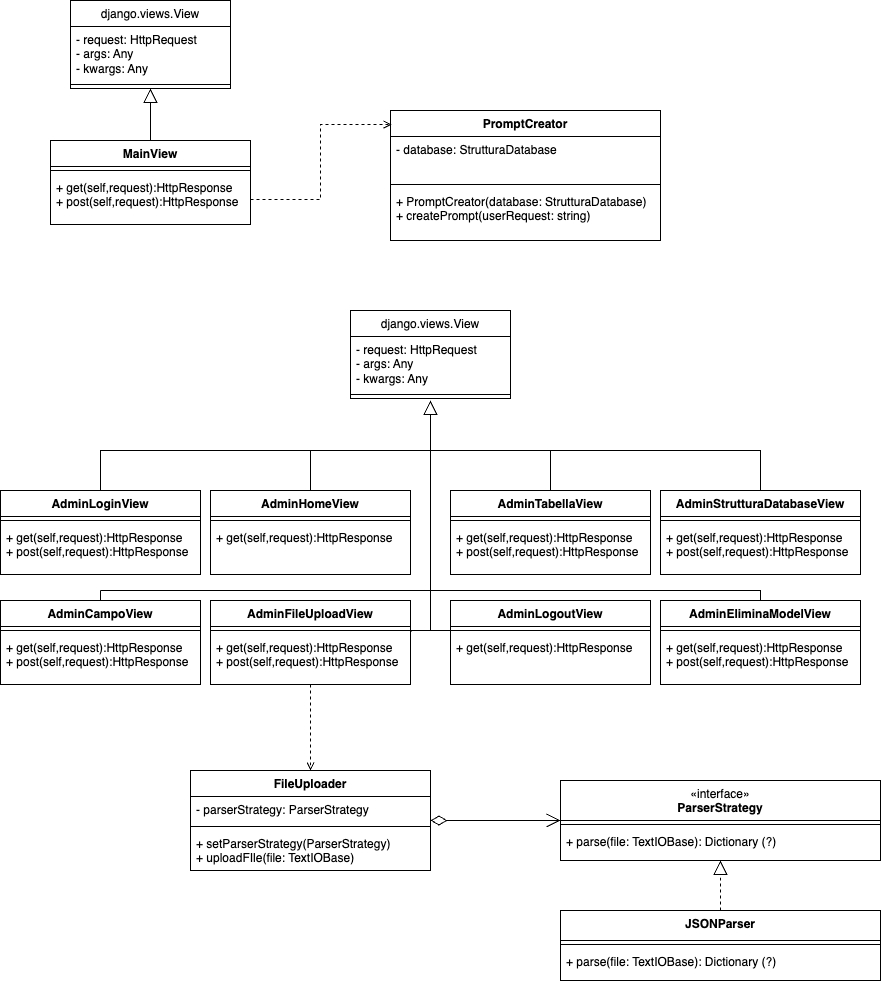
Above: docs/src/assets/UML_classes/views.png in Jackpot-Coding/chatSQL (draw.io), before the change. Source tidied: cells renumbered, new cells last; positions are measured from the earlier drawing's top-left corner, leaving out a move shared by most shapes. Source of this version:
```xml
<mxGraphModel>
  <root>
    <mxCell id="0" />
    <mxCell id="1" parent="0" />
    <mxCell id="2" value="MainView" style="swimlane;fontStyle=1;align=center;verticalAlign=top;horizontal=1;startSize=26;whiteSpace=wrap;html=1;" parent="1" vertex="1">
      <mxGeometry x="50" y="140" width="200" height="84" as="geometry" />
    </mxCell>
    <mxCell id="3" style="line;strokeWidth=1;fillColor=none;align=left;verticalAlign=middle;spacingTop=-1;spacingLeft=3;spacingRight=3;labelPosition=right;strokeColor=inherit;" parent="2" vertex="1">
      <mxGeometry y="26" width="200" height="8" as="geometry" />
    </mxCell>
    <mxCell id="4" value="+ get(self,request):HttpResponse&lt;div&gt;+ post(self,request):HttpResponse&lt;br&gt;&lt;/div&gt;" style="text;strokeColor=none;fillColor=none;align=left;verticalAlign=top;spacingLeft=4;spacingRight=4;overflow=hidden;points=[[0,0.5],[1,0.5]];portConstraint=eastwest;whiteSpace=wrap;html=1;" parent="2" vertex="1">
      <mxGeometry y="34" width="200" height="50" as="geometry" />
    </mxCell>
    <mxCell id="5" value="AdminLoginView" style="swimlane;fontStyle=1;align=center;verticalAlign=top;horizontal=1;startSize=26;whiteSpace=wrap;html=1;" parent="1" vertex="1">
      <mxGeometry y="490" width="200" height="84" as="geometry" />
    </mxCell>
    <mxCell id="6" style="line;strokeWidth=1;fillColor=none;align=left;verticalAlign=middle;spacingTop=-1;spacingLeft=3;spacingRight=3;labelPosition=right;strokeColor=inherit;" parent="5" vertex="1">
      <mxGeometry y="26" width="200" height="8" as="geometry" />
    </mxCell>
    <mxCell id="7" value="+ get(self,request):HttpResponse&lt;div&gt;+ post(self,request):HttpResponse&lt;br&gt;&lt;/div&gt;" style="text;strokeColor=none;fillColor=none;align=left;verticalAlign=top;spacingLeft=4;spacingRight=4;overflow=hidden;whiteSpace=wrap;html=1;" parent="5" vertex="1">
      <mxGeometry y="34" width="200" height="50" as="geometry" />
    </mxCell>
    <mxCell id="8" style="edgeStyle=orthogonalEdgeStyle;rounded=0;jettySize=auto;html=1;exitX=0.5;exitY=0;exitDx=0;exitDy=0;endArrow=none;endFill=0;" parent="1" edge="1" source="9">
      <mxGeometry relative="1" as="geometry">
        <mxPoint x="430" y="450" as="targetPoint" />
        <Array as="points">
          <mxPoint x="310" y="450" />
          <mxPoint x="430" y="450" />
        </Array>
      </mxGeometry>
    </mxCell>
    <mxCell id="9" value="AdminHomeView" style="swimlane;fontStyle=1;align=center;verticalAlign=top;horizontal=1;startSize=26;whiteSpace=wrap;html=1;" parent="1" vertex="1">
      <mxGeometry x="210" y="490" width="200" height="84" as="geometry" />
    </mxCell>
    <mxCell id="10" style="line;strokeWidth=1;fillColor=none;align=left;verticalAlign=middle;spacingTop=-1;spacingLeft=3;spacingRight=3;labelPosition=right;strokeColor=inherit;" parent="9" vertex="1">
      <mxGeometry y="26" width="200" height="8" as="geometry" />
    </mxCell>
    <mxCell id="11" value="+ get(self,request):HttpResponse" style="text;strokeColor=none;fillColor=none;align=left;verticalAlign=top;spacingLeft=4;spacingRight=4;overflow=hidden;whiteSpace=wrap;html=1;" parent="9" vertex="1">
      <mxGeometry y="34" width="200" height="50" as="geometry" />
    </mxCell>
    <mxCell id="12" style="edgeStyle=orthogonalEdgeStyle;rounded=0;jettySize=auto;html=1;exitX=0.5;exitY=0;exitDx=0;exitDy=0;endArrow=none;endFill=0;" parent="1" edge="1" source="13">
      <mxGeometry relative="1" as="geometry">
        <mxPoint x="550" y="450" as="targetPoint" />
        <Array as="points">
          <mxPoint x="760" y="450" />
        </Array>
      </mxGeometry>
    </mxCell>
    <mxCell id="13" value="AdminStrutturaDatabaseView" style="swimlane;fontStyle=1;align=center;verticalAlign=top;horizontal=1;startSize=26;whiteSpace=wrap;html=1;" parent="1" vertex="1">
      <mxGeometry x="660" y="490" width="200" height="84" as="geometry" />
    </mxCell>
    <mxCell id="14" style="line;strokeWidth=1;fillColor=none;align=left;verticalAlign=middle;spacingTop=-1;spacingLeft=3;spacingRight=3;labelPosition=right;strokeColor=inherit;" parent="13" vertex="1">
      <mxGeometry y="26" width="200" height="8" as="geometry" />
    </mxCell>
    <mxCell id="15" value="+ get(self,request):HttpResponse&lt;div&gt;+ post(self,request):HttpResponse&lt;br&gt;&lt;/div&gt;" style="text;strokeColor=none;fillColor=none;align=left;verticalAlign=top;spacingLeft=4;spacingRight=4;overflow=hidden;whiteSpace=wrap;html=1;" parent="13" vertex="1">
      <mxGeometry y="34" width="200" height="50" as="geometry" />
    </mxCell>
    <mxCell id="16" style="edgeStyle=orthogonalEdgeStyle;rounded=0;jettySize=auto;html=1;exitX=0.5;exitY=0;exitDx=0;exitDy=0;endArrow=none;endFill=0;" parent="1" edge="1" source="17">
      <mxGeometry relative="1" as="geometry">
        <mxPoint x="430" y="440" as="targetPoint" />
        <Array as="points">
          <mxPoint x="550" y="450" />
          <mxPoint x="430" y="450" />
        </Array>
      </mxGeometry>
    </mxCell>
    <mxCell id="17" value="AdminTabellaView" style="swimlane;fontStyle=1;align=center;verticalAlign=top;horizontal=1;startSize=26;whiteSpace=wrap;html=1;" parent="1" vertex="1">
      <mxGeometry x="450" y="490" width="200" height="84" as="geometry" />
    </mxCell>
    <mxCell id="18" style="line;strokeWidth=1;fillColor=none;align=left;verticalAlign=middle;spacingTop=-1;spacingLeft=3;spacingRight=3;labelPosition=right;strokeColor=inherit;" parent="17" vertex="1">
      <mxGeometry y="26" width="200" height="8" as="geometry" />
    </mxCell>
    <mxCell id="19" value="+ get(self,request):HttpResponse&lt;div&gt;+ post(self,request):HttpResponse&lt;br&gt;&lt;/div&gt;" style="text;strokeColor=none;fillColor=none;align=left;verticalAlign=top;spacingLeft=4;spacingRight=4;overflow=hidden;whiteSpace=wrap;html=1;" parent="17" vertex="1">
      <mxGeometry y="34" width="200" height="50" as="geometry" />
    </mxCell>
    <mxCell id="20" style="edgeStyle=orthogonalEdgeStyle;rounded=0;jettySize=auto;html=1;exitX=1.005;exitY=-0.06;exitDx=0;exitDy=0;endArrow=none;endFill=0;exitPerimeter=0;" parent="1" edge="1" source="24">
      <mxGeometry relative="1" as="geometry">
        <mxPoint x="430" y="460" as="targetPoint" />
        <Array as="points">
          <mxPoint x="411" y="630" />
          <mxPoint x="430" y="630" />
        </Array>
      </mxGeometry>
    </mxCell>
    <mxCell id="21" style="edgeStyle=orthogonalEdgeStyle;rounded=0;jettySize=auto;html=1;entryX=0.5;entryY=0;entryDx=0;entryDy=0;dashed=1;endArrow=open;endFill=0;" parent="1" edge="1" source="22" target="37">
      <mxGeometry relative="1" as="geometry" />
    </mxCell>
    <mxCell id="22" value="AdminFileUploadView" style="swimlane;fontStyle=1;align=center;verticalAlign=top;horizontal=1;startSize=26;whiteSpace=wrap;html=1;" parent="1" vertex="1">
      <mxGeometry x="210" y="600" width="200" height="84" as="geometry" />
    </mxCell>
    <mxCell id="23" style="line;strokeWidth=1;fillColor=none;align=left;verticalAlign=middle;spacingTop=-1;spacingLeft=3;spacingRight=3;labelPosition=right;strokeColor=inherit;" parent="22" vertex="1">
      <mxGeometry y="26" width="200" height="8" as="geometry" />
    </mxCell>
    <mxCell id="24" value="+ get(self,request):HttpResponse&lt;div&gt;+ post(self,request):HttpResponse&lt;br&gt;&lt;/div&gt;" style="text;strokeColor=none;fillColor=none;align=left;verticalAlign=top;spacingLeft=4;spacingRight=4;overflow=hidden;points=[[0,0.5],[1,0.5]];portConstraint=eastwest;whiteSpace=wrap;html=1;" parent="22" vertex="1">
      <mxGeometry y="34" width="200" height="50" as="geometry" />
    </mxCell>
    <mxCell id="25" value="&lt;span style=&quot;font-weight: 400;&quot;&gt;django.views.View&lt;/span&gt;" style="swimlane;fontStyle=1;align=center;verticalAlign=top;horizontal=1;startSize=26;whiteSpace=wrap;html=1;" parent="1" vertex="1">
      <mxGeometry x="70" width="160" height="88" as="geometry" />
    </mxCell>
    <mxCell id="26" value="- request: HttpRequest&lt;div&gt;- args: Any&lt;/div&gt;&lt;div&gt;- kwargs: Any&lt;/div&gt;&lt;div&gt;&lt;br&gt;&lt;/div&gt;" style="text;strokeColor=none;fillColor=none;align=left;verticalAlign=top;spacingLeft=4;spacingRight=4;overflow=hidden;whiteSpace=wrap;html=1;" parent="25" vertex="1">
      <mxGeometry y="26" width="160" height="54" as="geometry" />
    </mxCell>
    <mxCell id="27" style="line;strokeWidth=1;fillColor=none;align=left;verticalAlign=middle;spacingTop=-1;spacingLeft=3;spacingRight=3;labelPosition=right;strokeColor=inherit;" parent="25" vertex="1">
      <mxGeometry y="80" width="160" height="8" as="geometry" />
    </mxCell>
    <mxCell id="28" value="&lt;span style=&quot;font-weight: 400;&quot;&gt;django.views.View&lt;/span&gt;" style="swimlane;fontStyle=1;align=center;verticalAlign=top;horizontal=1;startSize=26;whiteSpace=wrap;html=1;" parent="1" vertex="1">
      <mxGeometry x="350" y="310" width="160" height="88" as="geometry" />
    </mxCell>
    <mxCell id="29" value="- request: HttpRequest&lt;div&gt;- args: Any&lt;/div&gt;&lt;div&gt;- kwargs: Any&lt;/div&gt;&lt;div&gt;&lt;br&gt;&lt;/div&gt;" style="text;strokeColor=none;fillColor=none;align=left;verticalAlign=top;spacingLeft=4;spacingRight=4;overflow=hidden;whiteSpace=wrap;html=1;" parent="28" vertex="1">
      <mxGeometry y="26" width="160" height="54" as="geometry" />
    </mxCell>
    <mxCell id="30" style="line;strokeWidth=1;fillColor=none;align=left;verticalAlign=middle;spacingTop=-1;spacingLeft=3;spacingRight=3;labelPosition=right;strokeColor=inherit;" parent="28" vertex="1">
      <mxGeometry y="80" width="160" height="8" as="geometry" />
    </mxCell>
    <mxCell id="31" style="edgeStyle=orthogonalEdgeStyle;html=1;endSize=12;endArrow=block;endFill=0;rounded=0;exitX=0.5;exitY=0;exitDx=0;exitDy=0;" parent="1" edge="1" source="5">
      <mxGeometry relative="1" as="geometry">
        <mxPoint x="430" y="400" as="targetPoint" />
        <Array as="points">
          <mxPoint x="100" y="450" />
          <mxPoint x="430" y="450" />
        </Array>
      </mxGeometry>
    </mxCell>
    <mxCell id="32" style="edgeStyle=none;html=1;endSize=12;endArrow=block;endFill=0;rounded=0;exitX=0.5;exitY=0;exitDx=0;exitDy=0;entryX=0.5;entryY=1;entryDx=0;entryDy=0;" parent="1" edge="1" source="2" target="25">
      <mxGeometry relative="1" as="geometry" />
    </mxCell>
    <mxCell id="33" value="PromptCreator" style="swimlane;fontStyle=1;align=center;verticalAlign=top;horizontal=1;startSize=26;whiteSpace=wrap;html=1;" parent="1" vertex="1">
      <mxGeometry x="390" y="110" width="270" height="130" as="geometry" />
    </mxCell>
    <mxCell id="34" value="&lt;div&gt;- database: StrutturaDatabase&lt;/div&gt;" style="text;strokeColor=none;fillColor=none;align=left;verticalAlign=top;spacingLeft=4;spacingRight=4;overflow=hidden;whiteSpace=wrap;html=1;" parent="33" vertex="1">
      <mxGeometry y="26" width="270" height="44" as="geometry" />
    </mxCell>
    <mxCell id="35" style="line;strokeWidth=1;fillColor=none;align=left;verticalAlign=middle;spacingTop=-1;spacingLeft=3;spacingRight=3;labelPosition=right;strokeColor=inherit;" parent="33" vertex="1">
      <mxGeometry y="70" width="270" height="8" as="geometry" />
    </mxCell>
    <mxCell id="36" value="&lt;div&gt;+ PromptCreator(database: StrutturaDatabase)&lt;br&gt;&lt;div&gt;+ createPrompt(userRequest: string)&lt;/div&gt;&lt;/div&gt;" style="text;strokeColor=none;fillColor=none;align=left;verticalAlign=top;spacingLeft=4;spacingRight=4;overflow=hidden;whiteSpace=wrap;html=1;" parent="33" vertex="1">
      <mxGeometry y="78" width="270" height="52" as="geometry" />
    </mxCell>
    <mxCell id="37" value="FileUploader" style="swimlane;fontStyle=1;align=center;verticalAlign=top;horizontal=1;startSize=26;whiteSpace=wrap;html=1;" parent="1" vertex="1">
      <mxGeometry x="190" y="770" width="240" height="100" as="geometry" />
    </mxCell>
    <mxCell id="38" value="- parserStrategy: ParserStrategy&amp;nbsp;" style="text;strokeColor=none;fillColor=none;align=left;verticalAlign=top;spacingLeft=4;spacingRight=4;overflow=hidden;whiteSpace=wrap;html=1;" parent="37" vertex="1">
      <mxGeometry y="26" width="240" height="26" as="geometry" />
    </mxCell>
    <mxCell id="39" style="line;strokeWidth=1;fillColor=none;align=left;verticalAlign=middle;spacingTop=-1;spacingLeft=3;spacingRight=3;labelPosition=right;strokeColor=inherit;" parent="37" vertex="1">
      <mxGeometry y="52" width="240" height="8" as="geometry" />
    </mxCell>
    <mxCell id="40" value="+ setParserStrategy(ParserStrategy)&lt;div&gt;+ uploadFIle(file: TextIOBase)&lt;/div&gt;" style="text;strokeColor=none;fillColor=none;align=left;verticalAlign=top;spacingLeft=4;spacingRight=4;overflow=hidden;whiteSpace=wrap;html=1;" parent="37" vertex="1">
      <mxGeometry y="60" width="240" height="40" as="geometry" />
    </mxCell>
    <mxCell id="41" value="&lt;span style=&quot;font-weight: 400;&quot;&gt;«interface»&lt;/span&gt;&lt;br style=&quot;font-weight: 400;&quot;&gt;&lt;b&gt;ParserStrategy&lt;/b&gt;" style="swimlane;fontStyle=1;align=center;verticalAlign=top;horizontal=1;startSize=40;whiteSpace=wrap;html=1;" parent="1" vertex="1">
      <mxGeometry x="560" y="780" width="320" height="80" as="geometry" />
    </mxCell>
    <mxCell id="42" style="line;strokeWidth=1;fillColor=none;align=left;verticalAlign=middle;spacingTop=-1;spacingLeft=3;spacingRight=3;labelPosition=right;strokeColor=inherit;" parent="41" vertex="1">
      <mxGeometry y="40" width="320" height="8" as="geometry" />
    </mxCell>
    <mxCell id="43" value="+ parse(file: TextIOBase): Dictionary (?)" style="text;strokeColor=none;fillColor=none;align=left;verticalAlign=top;spacingLeft=4;spacingRight=4;overflow=hidden;whiteSpace=wrap;html=1;" parent="41" vertex="1">
      <mxGeometry y="48" width="320" height="32" as="geometry" />
    </mxCell>
    <mxCell id="44" value="&lt;b&gt;JSONParser&lt;/b&gt;" style="swimlane;fontStyle=1;align=center;verticalAlign=top;horizontal=1;startSize=30;whiteSpace=wrap;html=1;" parent="1" vertex="1">
      <mxGeometry x="560" y="910" width="320" height="70" as="geometry" />
    </mxCell>
    <mxCell id="45" style="line;strokeWidth=1;fillColor=none;align=left;verticalAlign=middle;spacingTop=-1;spacingLeft=3;spacingRight=3;labelPosition=right;strokeColor=inherit;" parent="44" vertex="1">
      <mxGeometry y="30" width="320" height="8" as="geometry" />
    </mxCell>
    <mxCell id="46" value="+ parse(file: TextIOBase): Dictionary (?)" style="text;strokeColor=none;fillColor=none;align=left;verticalAlign=top;spacingLeft=4;spacingRight=4;overflow=hidden;whiteSpace=wrap;html=1;" parent="44" vertex="1">
      <mxGeometry y="38" width="320" height="32" as="geometry" />
    </mxCell>
    <mxCell id="47" style="edgeStyle=none;html=1;endSize=12;endArrow=block;endFill=0;rounded=0;exitX=0.5;exitY=0;exitDx=0;exitDy=0;dashed=1;entryX=0.5;entryY=1;entryDx=0;entryDy=0;" parent="1" edge="1" source="44" target="41">
      <mxGeometry relative="1" as="geometry" />
    </mxCell>
    <mxCell id="48" style="endArrow=open;html=1;endSize=12;startArrow=diamondThin;startSize=14;startFill=0;edgeStyle=orthogonalEdgeStyle;align=left;verticalAlign=bottom;rounded=0;comic=0;entryX=0;entryY=0.5;entryDx=0;entryDy=0;exitX=1;exitY=0.5;exitDx=0;exitDy=0;" parent="1" edge="1" source="37" target="41">
      <mxGeometry x="-1" y="3" relative="1" as="geometry">
        <Array as="points">
          <mxPoint x="560" y="820" />
        </Array>
      </mxGeometry>
    </mxCell>
    <mxCell id="49" style="edgeStyle=orthogonalEdgeStyle;rounded=0;jettySize=auto;html=1;endArrow=none;endFill=0;exitX=0;exitY=0.5;exitDx=0;exitDy=0;exitPerimeter=0;" parent="1" edge="1" source="51">
      <mxGeometry relative="1" as="geometry">
        <mxPoint x="430" y="440" as="targetPoint" />
      </mxGeometry>
    </mxCell>
    <mxCell id="50" value="AdminLogoutView" style="swimlane;fontStyle=1;align=center;verticalAlign=top;horizontal=1;startSize=26;whiteSpace=wrap;html=1;" parent="1" vertex="1">
      <mxGeometry x="450" y="600" width="200" height="84" as="geometry" />
    </mxCell>
    <mxCell id="51" style="line;strokeWidth=1;fillColor=none;align=left;verticalAlign=middle;spacingTop=-1;spacingLeft=3;spacingRight=3;labelPosition=right;points=[];portConstraint=eastwest;strokeColor=inherit;" parent="50" vertex="1">
      <mxGeometry y="26" width="200" height="8" as="geometry" />
    </mxCell>
    <mxCell id="52" value="+ get(self,request):HttpResponse&lt;div&gt;&lt;br&gt;&lt;/div&gt;" style="text;strokeColor=none;fillColor=none;align=left;verticalAlign=top;spacingLeft=4;spacingRight=4;overflow=hidden;whiteSpace=wrap;html=1;" parent="50" vertex="1">
      <mxGeometry y="34" width="200" height="50" as="geometry" />
    </mxCell>
    <mxCell id="53" value="AdminEliminaModelView" style="swimlane;fontStyle=1;align=center;verticalAlign=top;horizontal=1;startSize=26;whiteSpace=wrap;html=1;" parent="1" vertex="1">
      <mxGeometry x="660" y="600" width="200" height="84" as="geometry" />
    </mxCell>
    <mxCell id="54" style="line;strokeWidth=1;fillColor=none;align=left;verticalAlign=middle;spacingTop=-1;spacingLeft=3;spacingRight=3;labelPosition=right;strokeColor=inherit;" parent="53" vertex="1">
      <mxGeometry y="26" width="200" height="8" as="geometry" />
    </mxCell>
    <mxCell id="55" style="edgeStyle=orthogonalEdgeStyle;rounded=0;jettySize=auto;html=1;exitX=0.5;exitY=0;exitDx=0;exitDy=0;endArrow=none;endFill=0;" parent="53" edge="1" source="53">
      <mxGeometry relative="1" as="geometry">
        <mxPoint x="-230" y="-150" as="targetPoint" />
        <Array as="points">
          <mxPoint x="100" y="-10" />
          <mxPoint x="-230" y="-10" />
        </Array>
      </mxGeometry>
    </mxCell>
    <mxCell id="56" value="+ get(self,request):HttpResponse&lt;div&gt;+ post(self,request):HttpResponse&lt;br&gt;&lt;/div&gt;" style="text;strokeColor=none;fillColor=none;align=left;verticalAlign=top;spacingLeft=4;spacingRight=4;overflow=hidden;whiteSpace=wrap;html=1;" parent="53" vertex="1">
      <mxGeometry y="34" width="200" height="50" as="geometry" />
    </mxCell>
    <mxCell id="57" value="AdminCampoView" style="swimlane;fontStyle=1;align=center;verticalAlign=top;horizontal=1;startSize=26;whiteSpace=wrap;html=1;" parent="1" vertex="1">
      <mxGeometry y="600" width="200" height="84" as="geometry" />
    </mxCell>
    <mxCell id="58" style="line;strokeWidth=1;fillColor=none;align=left;verticalAlign=middle;spacingTop=-1;spacingLeft=3;spacingRight=3;labelPosition=right;strokeColor=inherit;" parent="57" vertex="1">
      <mxGeometry y="26" width="200" height="8" as="geometry" />
    </mxCell>
    <mxCell id="59" value="+ get(self,request):HttpResponse&lt;div&gt;+ post(self,request):HttpResponse&lt;br&gt;&lt;/div&gt;" style="text;strokeColor=none;fillColor=none;align=left;verticalAlign=top;spacingLeft=4;spacingRight=4;overflow=hidden;whiteSpace=wrap;html=1;" parent="57" vertex="1">
      <mxGeometry y="34" width="200" height="50" as="geometry" />
    </mxCell>
    <mxCell id="60" style="endArrow=none;html=1;rounded=0;" parent="1" edge="1">
      <mxGeometry relative="1" as="geometry">
        <mxPoint x="100" y="590" as="sourcePoint" />
        <mxPoint x="430" y="590" as="targetPoint" />
      </mxGeometry>
    </mxCell>
    <mxCell id="61" style="endArrow=none;html=1;rounded=0;exitX=0.5;exitY=0;exitDx=0;exitDy=0;" parent="1" edge="1" source="57">
      <mxGeometry relative="1" as="geometry">
        <mxPoint x="100" y="590" as="targetPoint" />
      </mxGeometry>
    </mxCell>
    <mxCell id="62" style="edgeStyle=orthogonalEdgeStyle;rounded=0;jettySize=auto;html=1;exitX=1;exitY=0.5;exitDx=0;exitDy=0;entryX=0.004;entryY=0.108;entryDx=0;entryDy=0;entryPerimeter=0;dashed=1;endArrow=open;endFill=0;" parent="1" edge="1" source="4" target="33">
      <mxGeometry relative="1" as="geometry" />
    </mxCell>
  </root>
</mxGraphModel>
```
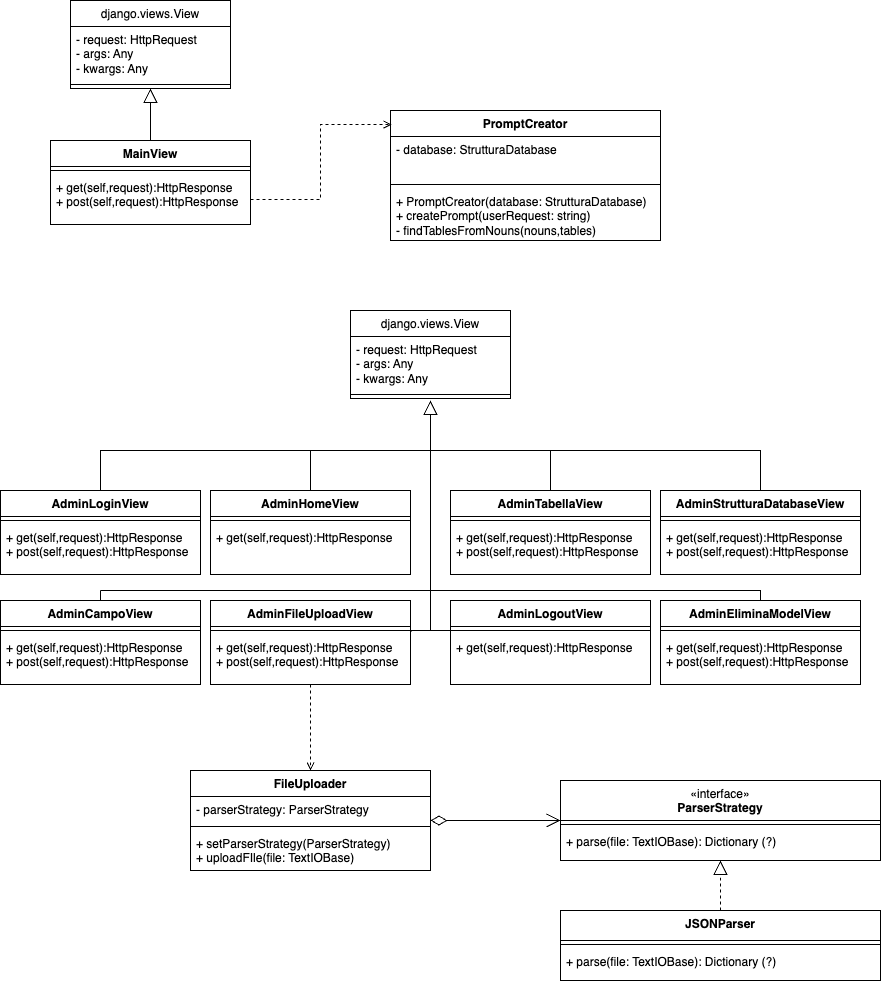
After the commit.

Commit message:
Aggiornamento diagramma Views con nuova operazione per PromptCreator

The edit, as a diff of the source:
```diff
@@ -133,7 +133,7 @@
     <mxCell id="35" style="line;strokeWidth=1;fillColor=none;align=left;verticalAlign=middle;spacingTop=-1;spacingLeft=3;spacingRight=3;labelPosition=right;strokeColor=inherit;" parent="33" vertex="1">
       <mxGeometry y="70" width="270" height="8" as="geometry" />
     </mxCell>
-    <mxCell id="36" value="&lt;div&gt;+ PromptCreator(database: StrutturaDatabase)&lt;br&gt;&lt;div&gt;+ createPrompt(userRequest: string)&lt;/div&gt;&lt;/div&gt;" style="text;strokeColor=none;fillColor=none;align=left;verticalAlign=top;spacingLeft=4;spacingRight=4;overflow=hidden;whiteSpace=wrap;html=1;" parent="33" vertex="1">
+    <mxCell id="36" value="&lt;div&gt;+ PromptCreator(database: StrutturaDatabase)&lt;br&gt;&lt;div&gt;+ createPrompt(userRequest: string)&lt;/div&gt;&lt;/div&gt;&lt;div&gt;-&amp;nbsp;findTablesFromNouns(nouns,tables)&lt;/div&gt;" style="text;strokeColor=none;fillColor=none;align=left;verticalAlign=top;spacingLeft=4;spacingRight=4;overflow=hidden;whiteSpace=wrap;html=1;" parent="33" vertex="1">
       <mxGeometry y="78" width="270" height="52" as="geometry" />
     </mxCell>
     <mxCell id="37" value="FileUploader" style="swimlane;fontStyle=1;align=center;verticalAlign=top;horizontal=1;startSize=26;whiteSpace=wrap;html=1;" parent="1" vertex="1">
```
